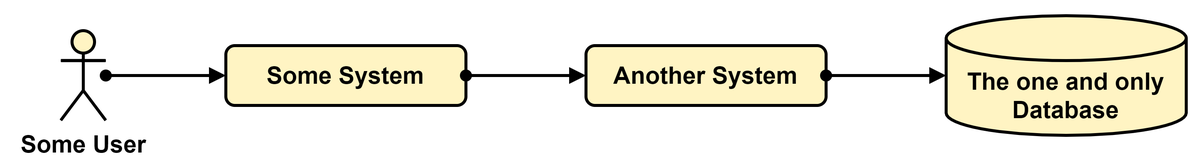
Earlier version of the draw.io export diagrams/example-systemdiagram_horizontal-layout.png (martinleggewie/visual-tips-for-creating-schematic-diagrams). Source tidied: cells renumbered, new cells last; positions are measured from the earlier drawing's top-left corner, leaving out a move shared by most shapes. Source of this version:
```xml
<mxGraphModel>
  <root>
    <mxCell id="0" />
    <mxCell id="1" value="background" parent="0" />
    <mxCell id="2" style="rounded=0;whiteSpace=wrap;html=1;strokeColor=none;" parent="1" vertex="1">
      <mxGeometry width="800" height="110" as="geometry" />
    </mxCell>
    <mxCell id="3" value="content" parent="0" />
    <mxCell id="4" value="Some System" style="rounded=1;whiteSpace=wrap;html=1;strokeWidth=2;fontSize=16;fontStyle=1;fillColor=#FFF4C3;" parent="3" vertex="1">
      <mxGeometry x="150" y="30" width="160" height="40" as="geometry" />
    </mxCell>
    <mxCell id="5" value="Another System" style="rounded=1;whiteSpace=wrap;html=1;strokeWidth=2;fontSize=16;fontStyle=1;fillColor=#FFF4C3;" parent="3" vertex="1">
      <mxGeometry x="390" y="30" width="160" height="40" as="geometry" />
    </mxCell>
    <mxCell id="6" style="rounded=0;jettySize=auto;html=1;fontSize=16;endArrow=block;endFill=1;startArrow=oval;startFill=1;strokeWidth=2;" parent="3" edge="1" source="4" target="5">
      <mxGeometry relative="1" as="geometry" />
    </mxCell>
    <mxCell id="7" style="edgeStyle=none;rounded=0;jettySize=auto;html=1;startArrow=oval;startFill=1;endArrow=block;endFill=1;strokeWidth=2;fontSize=16;" parent="3" edge="1" source="8" target="4">
      <mxGeometry relative="1" as="geometry" />
    </mxCell>
    <mxCell id="8" value="Some User" style="shape=umlActor;verticalLabelPosition=bottom;verticalAlign=top;html=1;outlineConnect=0;fontSize=16;strokeWidth=2;fontStyle=1;fillColor=#FFF4C3;" parent="3" vertex="1">
      <mxGeometry x="40" y="20" width="30" height="60" as="geometry" />
    </mxCell>
    <mxCell id="9" value="The one and only Database" style="shape=cylinder3;whiteSpace=wrap;html=1;boundedLbl=1;backgroundOutline=1;size=15;strokeWidth=2;fontSize=16;verticalAlign=middle;labelPosition=center;verticalLabelPosition=middle;align=center;fontStyle=1;fillColor=#FFF4C3;" parent="3" vertex="1">
      <mxGeometry x="630" y="10" width="160" height="80" as="geometry" />
    </mxCell>
    <mxCell id="10" style="edgeStyle=none;rounded=0;jettySize=auto;html=1;startArrow=oval;startFill=1;endArrow=block;endFill=1;strokeWidth=2;fontSize=16;" parent="3" edge="1" source="5" target="9">
      <mxGeometry relative="1" as="geometry" />
    </mxCell>
  </root>
</mxGraphModel>
```
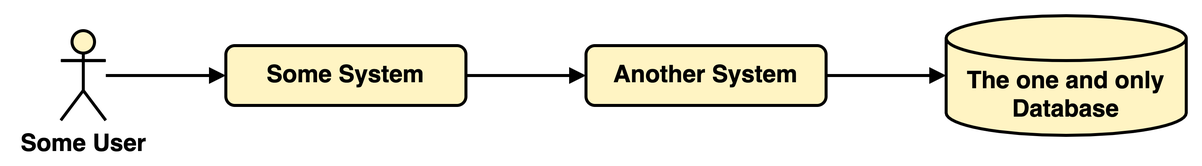
Later version of the same file.

Change to the diagram source:
```diff
@@ -12,10 +12,10 @@
     <mxCell id="5" value="Another System" style="rounded=1;whiteSpace=wrap;html=1;strokeWidth=2;fontSize=16;fontStyle=1;fillColor=#FFF4C3;" parent="3" vertex="1">
       <mxGeometry x="390" y="30" width="160" height="40" as="geometry" />
     </mxCell>
-    <mxCell id="6" style="rounded=0;jettySize=auto;html=1;fontSize=16;endArrow=block;endFill=1;startArrow=oval;startFill=1;strokeWidth=2;" parent="3" edge="1" source="4" target="5">
+    <mxCell id="6" style="rounded=0;jettySize=auto;html=1;fontSize=16;endArrow=block;endFill=1;startArrow=none;startFill=0;strokeWidth=2;" parent="3" edge="1" source="4" target="5">
       <mxGeometry relative="1" as="geometry" />
     </mxCell>
-    <mxCell id="7" style="edgeStyle=none;rounded=0;jettySize=auto;html=1;startArrow=oval;startFill=1;endArrow=block;endFill=1;strokeWidth=2;fontSize=16;" parent="3" edge="1" source="8" target="4">
+    <mxCell id="7" style="edgeStyle=none;rounded=0;jettySize=auto;html=1;startArrow=none;startFill=0;endArrow=block;endFill=1;strokeWidth=2;fontSize=16;" parent="3" edge="1" source="8" target="4">
       <mxGeometry relative="1" as="geometry" />
     </mxCell>
     <mxCell id="8" value="Some User" style="shape=umlActor;verticalLabelPosition=bottom;verticalAlign=top;html=1;outlineConnect=0;fontSize=16;strokeWidth=2;fontStyle=1;fillColor=#FFF4C3;" parent="3" vertex="1">
@@ -24,7 +24,7 @@
     <mxCell id="9" value="The one and only Database" style="shape=cylinder3;whiteSpace=wrap;html=1;boundedLbl=1;backgroundOutline=1;size=15;strokeWidth=2;fontSize=16;verticalAlign=middle;labelPosition=center;verticalLabelPosition=middle;align=center;fontStyle=1;fillColor=#FFF4C3;" parent="3" vertex="1">
       <mxGeometry x="630" y="10" width="160" height="80" as="geometry" />
     </mxCell>
-    <mxCell id="10" style="edgeStyle=none;rounded=0;jettySize=auto;html=1;startArrow=oval;startFill=1;endArrow=block;endFill=1;strokeWidth=2;fontSize=16;" parent="3" edge="1" source="5" target="9">
+    <mxCell id="10" style="edgeStyle=none;rounded=0;jettySize=auto;html=1;startArrow=none;startFill=0;endArrow=block;endFill=1;strokeWidth=2;fontSize=16;" parent="3" edge="1" source="5" target="9">
       <mxGeometry relative="1" as="geometry" />
     </mxCell>
   </root>
```
